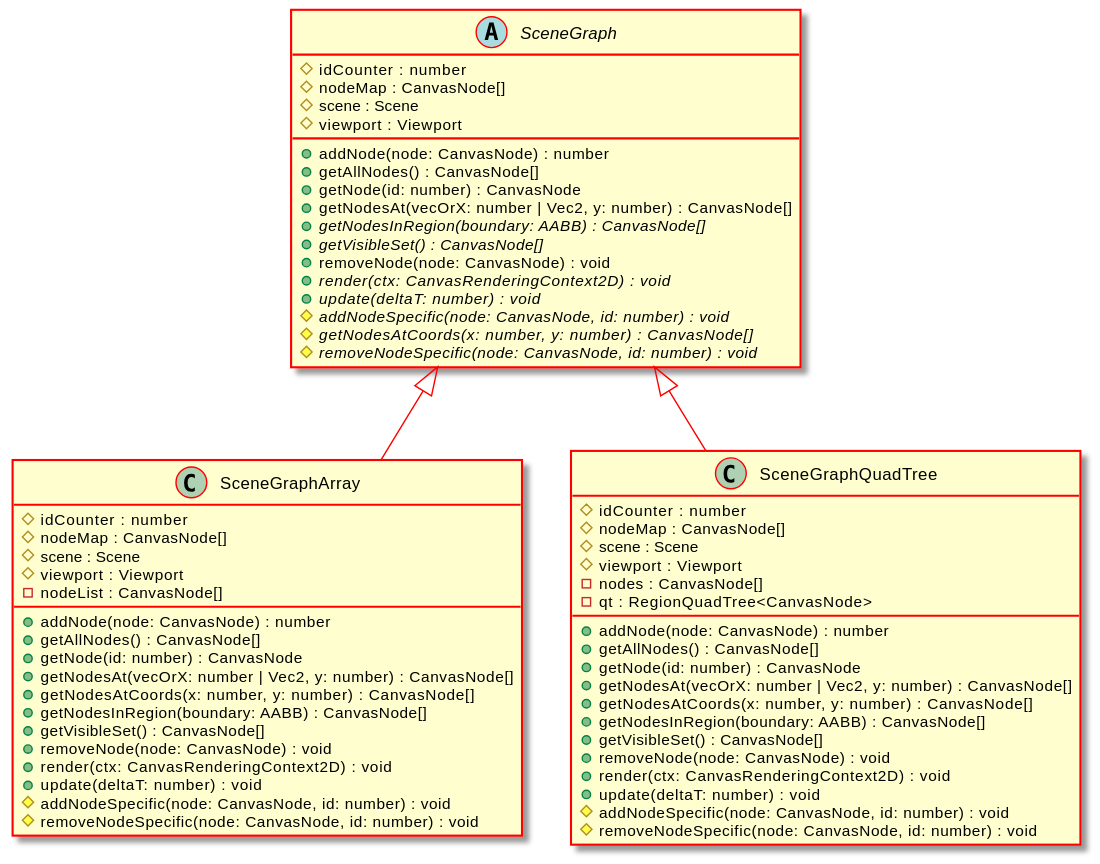
Above: docs/api/assets/SceneGraph-umlClassDiagram-6518.svg in Test123938/Test2 (PlantUML), before the change. Its diagram source:
```plantuml
@startuml
skinparam ClassArrowColor #ff0000
skinparam ClassBorderColor #ff0000
skinparam BackgroundColor transparent
hide empty methods
hide empty fields
abstract class "SceneGraph" {
    #idCounter : number
    #nodeMap : CanvasNode[]
    #scene : Scene
    #viewport : Viewport
    +addNode(node: CanvasNode) : number
    +getAllNodes() : CanvasNode[]
    +getNode(id: number) : CanvasNode
    +getNodesAt(vecOrX: number | Vec2, y: number) : CanvasNode[]
    {abstract} +getNodesInRegion(boundary: AABB) : CanvasNode[]
    {abstract} +getVisibleSet() : CanvasNode[]
    +removeNode(node: CanvasNode) : void
    {abstract} +render(ctx: CanvasRenderingContext2D) : void
    {abstract} +update(deltaT: number) : void
    {abstract} #addNodeSpecific(node: CanvasNode, id: number) : void
    {abstract} #getNodesAtCoords(x: number, y: number) : CanvasNode[]
    {abstract} #removeNodeSpecific(node: CanvasNode, id: number) : void
}
class "SceneGraphArray" {
    #idCounter : number
    #nodeMap : CanvasNode[]
    #scene : Scene
    #viewport : Viewport
    -nodeList : CanvasNode[]
    +addNode(node: CanvasNode) : number
    +getAllNodes() : CanvasNode[]
    +getNode(id: number) : CanvasNode
    +getNodesAt(vecOrX: number | Vec2, y: number) : CanvasNode[]
    +getNodesAtCoords(x: number, y: number) : CanvasNode[]
    +getNodesInRegion(boundary: AABB) : CanvasNode[]
    +getVisibleSet() : CanvasNode[]
    +removeNode(node: CanvasNode) : void
    +render(ctx: CanvasRenderingContext2D) : void
    +update(deltaT: number) : void
    #addNodeSpecific(node: CanvasNode, id: number) : void
    #removeNodeSpecific(node: CanvasNode, id: number) : void
}
"SceneGraph" <|-- "SceneGraphArray"
class "SceneGraphQuadTree" {
    #idCounter : number
    #nodeMap : CanvasNode[]
    #scene : Scene
    #viewport : Viewport
    -nodes : CanvasNode[]
    -qt : RegionQuadTree<CanvasNode>
    +addNode(node: CanvasNode) : number
    +getAllNodes() : CanvasNode[]
    +getNode(id: number) : CanvasNode
    +getNodesAt(vecOrX: number | Vec2, y: number) : CanvasNode[]
    +getNodesAtCoords(x: number, y: number) : CanvasNode[]
    +getNodesInRegion(boundary: AABB) : CanvasNode[]
    +getVisibleSet() : CanvasNode[]
    +removeNode(node: CanvasNode) : void
    +render(ctx: CanvasRenderingContext2D) : void
    +update(deltaT: number) : void
    #addNodeSpecific(node: CanvasNode, id: number) : void
    #removeNodeSpecific(node: CanvasNode, id: number) : void
}
"SceneGraph" <|-- "SceneGraphQuadTree"
@enduml
```
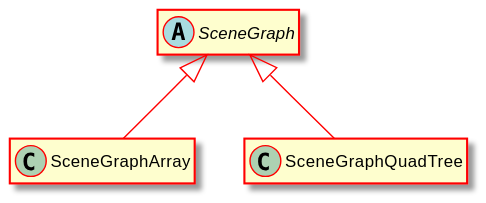
After the commit.

What changed in the source:
```diff
@@ -5,62 +5,11 @@
 hide empty methods
 hide empty fields
 abstract class "SceneGraph" {
-    #idCounter : number
-    #nodeMap : CanvasNode[]
-    #scene : Scene
-    #viewport : Viewport
-    +addNode(node: CanvasNode) : number
-    +getAllNodes() : CanvasNode[]
-    +getNode(id: number) : CanvasNode
-    +getNodesAt(vecOrX: number | Vec2, y: number) : CanvasNode[]
-    {abstract} +getNodesInRegion(boundary: AABB) : CanvasNode[]
-    {abstract} +getVisibleSet() : CanvasNode[]
-    +removeNode(node: CanvasNode) : void
-    {abstract} +render(ctx: CanvasRenderingContext2D) : void
-    {abstract} +update(deltaT: number) : void
-    {abstract} #addNodeSpecific(node: CanvasNode, id: number) : void
-    {abstract} #getNodesAtCoords(x: number, y: number) : CanvasNode[]
-    {abstract} #removeNodeSpecific(node: CanvasNode, id: number) : void
 }
 class "SceneGraphArray" {
-    #idCounter : number
-    #nodeMap : CanvasNode[]
-    #scene : Scene
-    #viewport : Viewport
-    -nodeList : CanvasNode[]
-    +addNode(node: CanvasNode) : number
-    +getAllNodes() : CanvasNode[]
-    +getNode(id: number) : CanvasNode
-    +getNodesAt(vecOrX: number | Vec2, y: number) : CanvasNode[]
-    +getNodesAtCoords(x: number, y: number) : CanvasNode[]
-    +getNodesInRegion(boundary: AABB) : CanvasNode[]
-    +getVisibleSet() : CanvasNode[]
-    +removeNode(node: CanvasNode) : void
-    +render(ctx: CanvasRenderingContext2D) : void
-    +update(deltaT: number) : void
-    #addNodeSpecific(node: CanvasNode, id: number) : void
-    #removeNodeSpecific(node: CanvasNode, id: number) : void
 }
 "SceneGraph" <|-- "SceneGraphArray"
 class "SceneGraphQuadTree" {
-    #idCounter : number
-    #nodeMap : CanvasNode[]
-    #scene : Scene
-    #viewport : Viewport
-    -nodes : CanvasNode[]
-    -qt : RegionQuadTree<CanvasNode>
-    +addNode(node: CanvasNode) : number
-    +getAllNodes() : CanvasNode[]
-    +getNode(id: number) : CanvasNode
-    +getNodesAt(vecOrX: number | Vec2, y: number) : CanvasNode[]
-    +getNodesAtCoords(x: number, y: number) : CanvasNode[]
-    +getNodesInRegion(boundary: AABB) : CanvasNode[]
-    +getVisibleSet() : CanvasNode[]
-    +removeNode(node: CanvasNode) : void
-    +render(ctx: CanvasRenderingContext2D) : void
-    +update(deltaT: number) : void
-    #addNodeSpecific(node: CanvasNode, id: number) : void
-    #removeNodeSpecific(node: CanvasNode, id: number) : void
 }
 "SceneGraph" <|-- "SceneGraphQuadTree"
 @enduml
```
